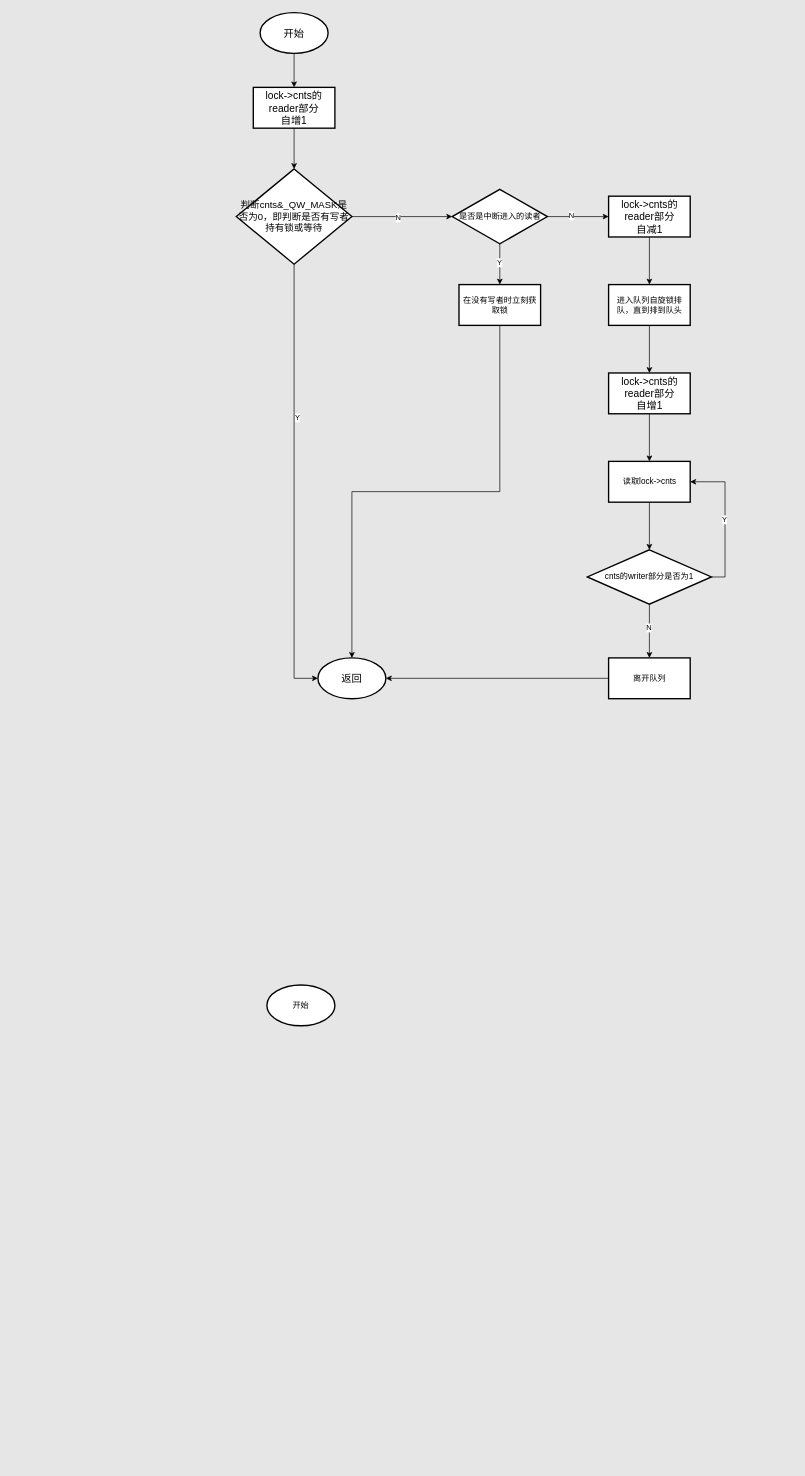
niosei/flow_charts keeps this draw.io diagram as qrwlock.drawio. Above is the earlier version. Source tidied: cells renumbered, new cells numbered last; positions are measured from the earlier drawing's top-left corner, leaving out a move shared by most shapes. Both pictures are drawn from the tidied source at 68%, with x=0, y=0 at pixel (236, 12).
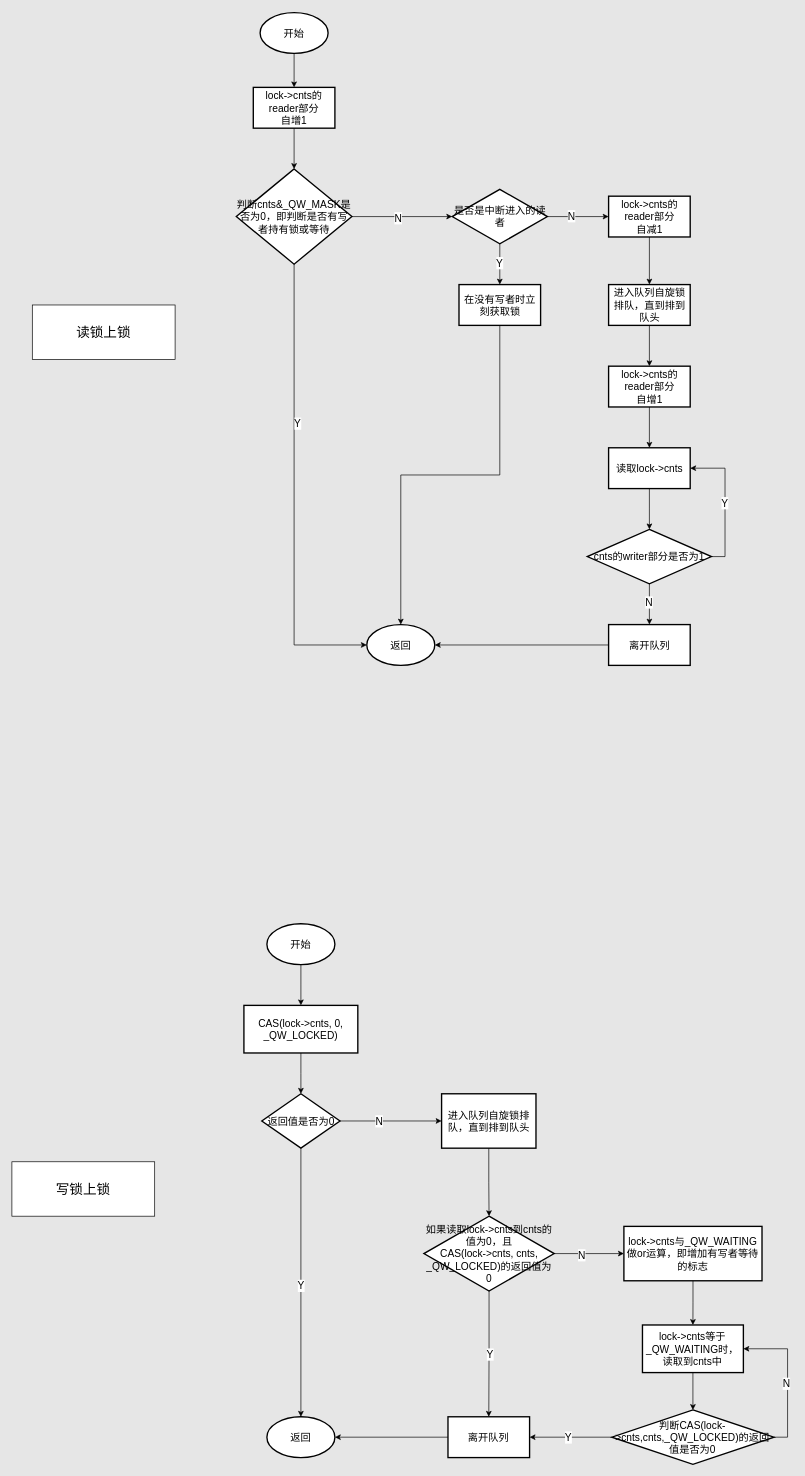
The same page after the edit.

What changed in the source:
```diff
@@
-    <mxCell id="2" style="edgeStyle=orthogonalEdgeStyle;rounded=0;jettySize=auto;html=1;" parent="1" edge="1" source="4" target="9">
+    <mxCell id="2" style="edgeStyle=orthogonalEdgeStyle;rounded=0;jettySize=auto;html=1;fontSize=15;" parent="1" edge="1" source="4" target="9">
       <mxGeometry relative="1" as="geometry" />
     </mxCell>
-    <mxCell id="3" value="N" style="edgeLabel;html=1;align=center;verticalAlign=middle;" parent="2" vertex="1">
+    <mxCell id="3" value="N" style="edgeLabel;html=1;align=center;verticalAlign=middle;fontSize=15;" parent="2" vertex="1">
       <mxGeometry x="-0.11" y="-1" relative="1" as="geometry">
         <mxPoint x="1" as="offset" />
       </mxGeometry>
     </mxCell>
-    <mxCell id="4" value="&lt;font style=&quot;font-size: 14px;&quot;&gt;判断cnts&amp;amp;_QW_MASK是否为0，即判断是否有写者持有锁或等待&lt;/font&gt;" style="strokeWidth=2;html=1;shape=mxgraph.flowchart.decision;whiteSpace=wrap;fontSize=14;" parent="1" vertex="1">
+    <mxCell id="4" value="&lt;font style=&quot;font-size: 15px;&quot;&gt;判断cnts&amp;amp;_QW_MASK是否为0，即判断是否有写者持有锁或等待&lt;/font&gt;" style="strokeWidth=2;html=1;shape=mxgraph.flowchart.decision;whiteSpace=wrap;fontSize=15;" parent="1" vertex="1">
       <mxGeometry y="230" width="170" height="140" as="geometry" />
     </mxCell>
-    <mxCell id="5" style="edgeStyle=orthogonalEdgeStyle;rounded=0;jettySize=auto;html=1;" parent="1" edge="1" source="9" target="12">
+    <mxCell id="5" style="edgeStyle=orthogonalEdgeStyle;rounded=0;jettySize=auto;html=1;fontSize=15;" parent="1" edge="1" source="9" target="12">
       <mxGeometry relative="1" as="geometry" />
     </mxCell>
-    <mxCell id="6" value="Y" style="edgeLabel;html=1;align=center;verticalAlign=middle;" parent="5" vertex="1">
+    <mxCell id="6" value="Y" style="edgeLabel;html=1;align=center;verticalAlign=middle;fontSize=15;" parent="5" vertex="1">
       <mxGeometry x="-0.11" y="-1" relative="1" as="geometry" />
     </mxCell>
-    <mxCell id="7" style="edgeStyle=orthogonalEdgeStyle;rounded=0;jettySize=auto;html=1;" parent="1" edge="1" source="9" target="16">
+    <mxCell id="7" style="edgeStyle=orthogonalEdgeStyle;rounded=0;jettySize=auto;html=1;fontSize=15;" parent="1" edge="1" source="9" target="16">
       <mxGeometry relative="1" as="geometry" />
     </mxCell>
-    <mxCell id="8" value="N" style="edgeLabel;html=1;align=center;verticalAlign=middle;" parent="7" vertex="1">
+    <mxCell id="8" value="N" style="edgeLabel;html=1;align=center;verticalAlign=middle;fontSize=15;" parent="7" vertex="1">
       <mxGeometry x="-0.22" y="2" relative="1" as="geometry" />
     </mxCell>
-    <mxCell id="9" value="是否是中断进入的读者" style="rhombus;whiteSpace=wrap;html=1;strokeWidth=2;" parent="1" vertex="1">
+    <mxCell id="9" value="是否是中断进入的读者" style="rhombus;whiteSpace=wrap;html=1;strokeWidth=2;fontSize=15;" parent="1" vertex="1">
       <mxGeometry x="317.5" y="260" width="140" height="80" as="geometry" />
     </mxCell>
-    <mxCell id="10" style="edgeStyle=orthogonalEdgeStyle;rounded=0;jettySize=auto;html=1;" parent="1" edge="1" source="11" target="13">
+    <mxCell id="10" style="edgeStyle=orthogonalEdgeStyle;rounded=0;jettySize=auto;html=1;fontSize=15;" parent="1" edge="1" source="11" target="13">
       <mxGeometry relative="1" as="geometry" />
     </mxCell>
-    <mxCell id="11" value="&lt;span style=&quot;font-size: 15px;&quot;&gt;开始&lt;/span&gt;" style="strokeWidth=2;html=1;shape=mxgraph.flowchart.start_1;whiteSpace=wrap;" parent="1" vertex="1">
+    <mxCell id="11" value="&lt;span style=&quot;font-size: 15px;&quot;&gt;开始&lt;/span&gt;" style="strokeWidth=2;html=1;shape=mxgraph.flowchart.start_1;whiteSpace=wrap;fontSize=15;" parent="1" vertex="1">
       <mxGeometry x="35" width="100" height="60" as="geometry" />
     </mxCell>
-    <mxCell id="12" value="在没有写者时立刻获取锁" style="whiteSpace=wrap;html=1;strokeWidth=2;" parent="1" vertex="1">
+    <mxCell id="12" value="在没有写者时立刻获取锁" style="whiteSpace=wrap;html=1;strokeWidth=2;fontSize=15;" parent="1" vertex="1">
       <mxGeometry x="327.5" y="400" width="120" height="60" as="geometry" />
     </mxCell>
-    <mxCell id="13" value="&lt;font style=&quot;font-size: 15px;&quot;&gt;lock-&amp;gt;cnts的reader部分&lt;/font&gt;&lt;div style=&quot;font-size: 15px;&quot;&gt;自增1&lt;/div&gt;" style="whiteSpace=wrap;html=1;strokeWidth=2;" parent="1" vertex="1">
+    <mxCell id="13" value="&lt;font style=&quot;font-size: 15px;&quot;&gt;lock-&amp;gt;cnts的reader部分&lt;/font&gt;&lt;div style=&quot;font-size: 15px;&quot;&gt;自增1&lt;/div&gt;" style="whiteSpace=wrap;html=1;strokeWidth=2;fontSize=15;" parent="1" vertex="1">
       <mxGeometry x="25" y="110" width="120" height="60" as="geometry" />
     </mxCell>
-    <mxCell id="14" style="edgeStyle=orthogonalEdgeStyle;rounded=0;jettySize=auto;html=1;entryX=0.5;entryY=0;entryDx=0;entryDy=0;entryPerimeter=0;" parent="1" edge="1" source="13" target="4">
+    <mxCell id="14" style="edgeStyle=orthogonalEdgeStyle;rounded=0;jettySize=auto;html=1;entryX=0.5;entryY=0;entryDx=0;entryDy=0;entryPerimeter=0;fontSize=15;" parent="1" edge="1" source="13" target="4">
       <mxGeometry relative="1" as="geometry" />
     </mxCell>
-    <mxCell id="15" style="edgeStyle=orthogonalEdgeStyle;rounded=0;jettySize=auto;html=1;" parent="1" edge="1" source="16" target="22">
+    <mxCell id="15" style="edgeStyle=orthogonalEdgeStyle;rounded=0;jettySize=auto;html=1;fontSize=15;" parent="1" edge="1" source="16" target="22">
       <mxGeometry relative="1" as="geometry" />
     </mxCell>
-    <mxCell id="16" value="&lt;font style=&quot;font-size: 15px;&quot;&gt;lock-&amp;gt;cnts的reader部分&lt;/font&gt;&lt;div style=&quot;font-size: 15px;&quot;&gt;自减1&lt;/div&gt;" style="whiteSpace=wrap;html=1;strokeWidth=2;" parent="1" vertex="1">
+    <mxCell id="16" value="&lt;font style=&quot;font-size: 15px;&quot;&gt;lock-&amp;gt;cnts的reader部分&lt;/font&gt;&lt;div style=&quot;font-size: 15px;&quot;&gt;自减1&lt;/div&gt;" style="whiteSpace=wrap;html=1;strokeWidth=2;fontSize=15;" parent="1" vertex="1">
       <mxGeometry x="547.5" y="270" width="120" height="60" as="geometry" />
     </mxCell>
-    <mxCell id="17" value="&lt;span style=&quot;font-size: 15px;&quot;&gt;返回&lt;/span&gt;" style="strokeWidth=2;html=1;shape=mxgraph.flowchart.start_1;whiteSpace=wrap;" parent="1" vertex="1">
-      <mxGeometry x="120" y="949" width="100" height="60" as="geometry" />
+    <mxCell id="17" value="&lt;span style=&quot;font-size: 15px;&quot;&gt;返回&lt;/span&gt;" style="strokeWidth=2;html=1;shape=mxgraph.flowchart.start_1;whiteSpace=wrap;fontSize=15;" parent="1" vertex="1">
+      <mxGeometry x="191.9" y="900" width="100" height="60" as="geometry" />
     </mxCell>
-    <mxCell id="18" style="edgeStyle=orthogonalEdgeStyle;rounded=0;jettySize=auto;html=1;exitX=0.5;exitY=1;exitDx=0;exitDy=0;exitPerimeter=0;entryX=0;entryY=0.5;entryDx=0;entryDy=0;entryPerimeter=0;" parent="1" edge="1" source="4" target="17">
+    <mxCell id="18" style="edgeStyle=orthogonalEdgeStyle;rounded=0;jettySize=auto;html=1;exitX=0.5;exitY=1;exitDx=0;exitDy=0;exitPerimeter=0;entryX=0;entryY=0.5;entryDx=0;entryDy=0;entryPerimeter=0;fontSize=15;" parent="1" edge="1" source="4" target="17">
       <mxGeometry relative="1" as="geometry" />
     </mxCell>
-    <mxCell id="19" value="Y" style="edgeLabel;html=1;align=center;verticalAlign=middle;" parent="18" vertex="1">
+    <mxCell id="19" value="Y" style="edgeLabel;html=1;align=center;verticalAlign=middle;fontSize=15;" parent="18" vertex="1">
       <mxGeometry x="-0.3" y="4" relative="1" as="geometry" />
     </mxCell>
-    <mxCell id="20" style="edgeStyle=orthogonalEdgeStyle;rounded=0;jettySize=auto;html=1;exitX=0.5;exitY=1;exitDx=0;exitDy=0;entryX=0.5;entryY=0;entryDx=0;entryDy=0;entryPerimeter=0;" parent="1" edge="1" source="12" target="17">
+    <mxCell id="20" style="edgeStyle=orthogonalEdgeStyle;rounded=0;jettySize=auto;html=1;exitX=0.5;exitY=1;exitDx=0;exitDy=0;entryX=0.5;entryY=0;entryDx=0;entryDy=0;entryPerimeter=0;fontSize=15;" parent="1" edge="1" source="12" target="17">
       <mxGeometry relative="1" as="geometry" />
     </mxCell>
-    <mxCell id="21" style="edgeStyle=orthogonalEdgeStyle;rounded=0;jettySize=auto;html=1;" parent="1" edge="1" source="22" target="24">
+    <mxCell id="21" style="edgeStyle=orthogonalEdgeStyle;rounded=0;jettySize=auto;html=1;fontSize=15;" parent="1" edge="1" source="22" target="24">
       <mxGeometry relative="1" as="geometry" />
     </mxCell>
-    <mxCell id="22" value="进入队列自旋锁排队，直到排到队头" style="whiteSpace=wrap;html=1;strokeWidth=2;" parent="1" vertex="1">
+    <mxCell id="22" value="进入队列自旋锁排队，直到排到队头" style="whiteSpace=wrap;html=1;strokeWidth=2;fontSize=15;" parent="1" vertex="1">
       <mxGeometry x="547.5" y="400" width="120" height="60" as="geometry" />
     </mxCell>
-    <mxCell id="23" style="edgeStyle=orthogonalEdgeStyle;rounded=0;jettySize=auto;html=1;" parent="1" edge="1" source="24" target="26">
+    <mxCell id="23" style="edgeStyle=orthogonalEdgeStyle;rounded=0;jettySize=auto;html=1;fontSize=15;" parent="1" edge="1" source="24" target="26">
       <mxGeometry relative="1" as="geometry" />
     </mxCell>
-    <mxCell id="24" value="&lt;font style=&quot;font-size: 15px;&quot;&gt;lock-&amp;gt;cnts的reader部分&lt;/font&gt;&lt;div style=&quot;font-size: 15px;&quot;&gt;自增1&lt;/div&gt;" style="whiteSpace=wrap;html=1;strokeWidth=2;" parent="1" vertex="1">
-      <mxGeometry x="547.5" y="530" width="120" height="60" as="geometry" />
+    <mxCell id="24" value="&lt;font style=&quot;font-size: 15px;&quot;&gt;lock-&amp;gt;cnts的reader部分&lt;/font&gt;&lt;div style=&quot;font-size: 15px;&quot;&gt;自增1&lt;/div&gt;" style="whiteSpace=wrap;html=1;strokeWidth=2;fontSize=15;" parent="1" vertex="1">
+      <mxGeometry x="547.5" y="520" width="120" height="60" as="geometry" />
     </mxCell>
-    <mxCell id="25" style="edgeStyle=orthogonalEdgeStyle;rounded=0;jettySize=auto;html=1;" parent="1" edge="1" source="26" target="31">
+    <mxCell id="25" style="edgeStyle=orthogonalEdgeStyle;rounded=0;jettySize=auto;html=1;fontSize=15;" parent="1" edge="1" source="26" target="31">
       <mxGeometry relative="1" as="geometry" />
     </mxCell>
-    <mxCell id="26" value="读取lock-&amp;gt;cnts" style="whiteSpace=wrap;html=1;strokeWidth=2;" parent="1" vertex="1">
-      <mxGeometry x="547.5" y="660" width="120" height="60" as="geometry" />
+    <mxCell id="26" value="读取lock-&amp;gt;cnts" style="whiteSpace=wrap;html=1;strokeWidth=2;fontSize=15;" parent="1" vertex="1">
+      <mxGeometry x="547.5" y="640" width="120" height="60" as="geometry" />
     </mxCell>
-    <mxCell id="27" style="edgeStyle=orthogonalEdgeStyle;rounded=0;jettySize=auto;html=1;exitX=1;exitY=0.5;exitDx=0;exitDy=0;entryX=1;entryY=0.5;entryDx=0;entryDy=0;" parent="1" edge="1" source="31" target="26">
+    <mxCell id="27" style="edgeStyle=orthogonalEdgeStyle;rounded=0;jettySize=auto;html=1;exitX=1;exitY=0.5;exitDx=0;exitDy=0;entryX=1;entryY=0.5;entryDx=0;entryDy=0;fontSize=15;" parent="1" edge="1" source="31" target="26">
       <mxGeometry relative="1" as="geometry" />
     </mxCell>
-    <mxCell id="28" value="Y" style="edgeLabel;html=1;align=center;verticalAlign=middle;" parent="27" vertex="1">
+    <mxCell id="28" value="Y" style="edgeLabel;html=1;align=center;verticalAlign=middle;fontSize=15;" parent="27" vertex="1">
       <mxGeometry x="-0.01" y="1" relative="1" as="geometry" />
     </mxCell>
-    <mxCell id="29" style="edgeStyle=orthogonalEdgeStyle;rounded=0;jettySize=auto;html=1;" parent="1" edge="1" source="31" target="32">
+    <mxCell id="29" style="edgeStyle=orthogonalEdgeStyle;rounded=0;jettySize=auto;html=1;fontSize=15;" parent="1" edge="1" source="31" target="32">
       <mxGeometry relative="1" as="geometry" />
     </mxCell>
-    <mxCell id="30" value="N" style="edgeLabel;html=1;align=center;verticalAlign=middle;" parent="29" vertex="1">
+    <mxCell id="30" value="N" style="edgeLabel;html=1;align=center;verticalAlign=middle;fontSize=15;" parent="29" vertex="1">
       <mxGeometry x="-0.11" y="-1" relative="1" as="geometry" />
     </mxCell>
-    <mxCell id="31" value="cnts的writer部分是否为1" style="rhombus;whiteSpace=wrap;html=1;strokeWidth=2;" parent="1" vertex="1">
-      <mxGeometry x="516.2" y="790" width="182.5" height="80" as="geometry" />
+    <mxCell id="31" value="cnts的writer部分是否为1" style="rhombus;whiteSpace=wrap;html=1;strokeWidth=2;fontSize=15;" parent="1" vertex="1">
+      <mxGeometry x="516.2" y="760" width="182.5" height="80" as="geometry" />
     </mxCell>
-    <mxCell id="32" value="离开队列" style="whiteSpace=wrap;html=1;strokeWidth=2;" parent="1" vertex="1">
-      <mxGeometry x="547.5" y="949" width="120" height="60" as="geometry" />
+    <mxCell id="32" value="离开队列" style="whiteSpace=wrap;html=1;strokeWidth=2;fontSize=15;" parent="1" vertex="1">
+      <mxGeometry x="547.5" y="900" width="120" height="60" as="geometry" />
     </mxCell>
-    <mxCell id="33" style="edgeStyle=orthogonalEdgeStyle;rounded=0;jettySize=auto;html=1;exitX=0;exitY=0.5;exitDx=0;exitDy=0;entryX=1;entryY=0.5;entryDx=0;entryDy=0;entryPerimeter=0;" parent="1" edge="1" source="32" target="17">
+    <mxCell id="33" style="edgeStyle=orthogonalEdgeStyle;rounded=0;jettySize=auto;html=1;exitX=0;exitY=0.5;exitDx=0;exitDy=0;entryX=1;entryY=0.5;entryDx=0;entryDy=0;entryPerimeter=0;fontSize=15;" parent="1" edge="1" source="32" target="17">
       <mxGeometry relative="1" as="geometry" />
     </mxCell>
+    <mxCell id="35" style="edgeStyle=orthogonalEdgeStyle;rounded=0;jettySize=auto;html=1;fontSize=15;" parent="1" edge="1" source="34" target="38">
+      <mxGeometry relative="1" as="geometry" />
+    </mxCell>
-    <mxCell id="34" value="开始" style="strokeWidth=2;html=1;shape=mxgraph.flowchart.start_1;whiteSpace=wrap;" parent="1" vertex="1">
-      <mxGeometry x="45" y="1430" width="100" height="60" as="geometry" />
+    <mxCell id="34" value="开始" style="strokeWidth=2;html=1;shape=mxgraph.flowchart.start_1;whiteSpace=wrap;fontSize=15;" parent="1" vertex="1">
+      <mxGeometry x="45" y="1340" width="100" height="60" as="geometry" />
     </mxCell>
+    <mxCell id="36" value="&lt;span style=&quot;font-size: 15px;&quot;&gt;返回&lt;/span&gt;" style="strokeWidth=2;html=1;shape=mxgraph.flowchart.start_1;whiteSpace=wrap;fontSize=15;" parent="1" vertex="1">
+      <mxGeometry x="45" y="2065" width="100" height="60" as="geometry" />
+    </mxCell>
+    <mxCell id="37" style="edgeStyle=orthogonalEdgeStyle;rounded=0;jettySize=auto;html=1;fontSize=15;" parent="1" edge="1" source="38" target="41">
+      <mxGeometry relative="1" as="geometry" />
+    </mxCell>
+    <mxCell id="38" value="CAS(lock-&amp;gt;cnts, 0, _QW_LOCKED)" style="whiteSpace=wrap;html=1;strokeWidth=2;fontSize=15;" parent="1" vertex="1">
+      <mxGeometry x="11.2" y="1460" width="167.5" height="70" as="geometry" />
+    </mxCell>
+    <mxCell id="39" style="edgeStyle=orthogonalEdgeStyle;rounded=0;jettySize=auto;html=1;exitX=1;exitY=0.5;exitDx=0;exitDy=0;entryX=0;entryY=0.5;entryDx=0;entryDy=0;fontSize=15;" parent="1" edge="1" source="41" target="45">
+      <mxGeometry relative="1" as="geometry" />
+    </mxCell>
+    <mxCell id="40" value="N" style="edgeLabel;html=1;align=center;verticalAlign=middle;fontSize=15;" parent="39" vertex="1">
+      <mxGeometry x="-0.25" y="1" relative="1" as="geometry">
+        <mxPoint x="1" as="offset" />
+      </mxGeometry>
+    </mxCell>
+    <mxCell id="41" value="返回值是否为0" style="rhombus;whiteSpace=wrap;html=1;strokeWidth=2;fontSize=15;" parent="1" vertex="1">
+      <mxGeometry x="37.5" y="1590" width="115" height="80" as="geometry" />
+    </mxCell>
+    <mxCell id="42" style="edgeStyle=orthogonalEdgeStyle;rounded=0;jettySize=auto;html=1;exitX=0.5;exitY=1;exitDx=0;exitDy=0;entryX=0.5;entryY=0;entryDx=0;entryDy=0;entryPerimeter=0;fontSize=15;" parent="1" edge="1" source="41" target="36">
+      <mxGeometry relative="1" as="geometry" />
+    </mxCell>
+    <mxCell id="43" value="Y" style="edgeLabel;html=1;align=center;verticalAlign=middle;fontSize=15;" parent="42" vertex="1">
+      <mxGeometry x="0.02" y="-1" relative="1" as="geometry" />
+    </mxCell>
+    <mxCell id="44" style="edgeStyle=orthogonalEdgeStyle;rounded=0;jettySize=auto;html=1;entryX=0.5;entryY=0;entryDx=0;entryDy=0;entryPerimeter=0;fontSize=15;" parent="1" edge="1" source="45" target="50">
+      <mxGeometry relative="1" as="geometry" />
+    </mxCell>
+    <mxCell id="45" value="进入队列自旋锁排队，直到排到队头" style="whiteSpace=wrap;html=1;strokeWidth=2;fontSize=15;" parent="1" vertex="1">
+      <mxGeometry x="301.9" y="1590" width="138.8" height="80" as="geometry" />
+    </mxCell>
+    <mxCell id="46" style="edgeStyle=orthogonalEdgeStyle;rounded=0;jettySize=auto;html=1;fontSize=15;" parent="1" edge="1" source="50" target="51">
+      <mxGeometry relative="1" as="geometry" />
+    </mxCell>
+    <mxCell id="47" value="Y" style="edgeLabel;html=1;align=center;verticalAlign=middle;fontSize=15;" parent="46" vertex="1">
+      <mxGeometry x="-0.01" y="1" relative="1" as="geometry" />
+    </mxCell>
+    <mxCell id="48" style="edgeStyle=orthogonalEdgeStyle;rounded=0;jettySize=auto;html=1;fontSize=15;" parent="1" edge="1" source="50" target="54">
+      <mxGeometry relative="1" as="geometry" />
+    </mxCell>
+    <mxCell id="49" value="N" style="edgeLabel;html=1;align=center;verticalAlign=middle;fontSize=15;" parent="48" vertex="1">
+      <mxGeometry x="-0.21" y="-1" relative="1" as="geometry" />
+    </mxCell>
+    <mxCell id="50" value="如果读取lock-&amp;gt;cnts到cnts的值为0，且&lt;div style=&quot;font-size: 15px;&quot;&gt;CAS(lock-&amp;gt;cnts, cnts, _QW_LOCKED)的返回值为0&lt;/div&gt;" style="strokeWidth=2;html=1;shape=mxgraph.flowchart.decision;whiteSpace=wrap;fontSize=15;fontStyle=0;" parent="1" vertex="1">
+      <mxGeometry x="275.9" y="1770" width="191.6" height="110" as="geometry" />
+    </mxCell>
+    <mxCell id="51" value="离开队列" style="whiteSpace=wrap;html=1;strokeWidth=2;fontSize=15;" parent="1" vertex="1">
+      <mxGeometry x="311.3" y="2065" width="120" height="60" as="geometry" />
+    </mxCell>
+    <mxCell id="52" style="edgeStyle=orthogonalEdgeStyle;rounded=0;jettySize=auto;html=1;exitX=0;exitY=0.5;exitDx=0;exitDy=0;entryX=1;entryY=0.5;entryDx=0;entryDy=0;entryPerimeter=0;fontSize=15;" parent="1" edge="1" source="51" target="36">
+      <mxGeometry relative="1" as="geometry" />
+    </mxCell>
+    <mxCell id="53" style="edgeStyle=orthogonalEdgeStyle;rounded=0;jettySize=auto;html=1;fontSize=15;" parent="1" edge="1" source="54" target="56">
+      <mxGeometry relative="1" as="geometry" />
+    </mxCell>
+    <mxCell id="54" value="lock-&amp;gt;cnts与_QW_WAITING做or运算，即增加有写者等待的标志" style="whiteSpace=wrap;html=1;strokeWidth=2;fontSize=15;" parent="1" vertex="1">
+      <mxGeometry x="570" y="1785" width="203.1" height="80" as="geometry" />
+    </mxCell>
+    <mxCell id="55" style="edgeStyle=orthogonalEdgeStyle;rounded=0;jettySize=auto;html=1;fontSize=15;" parent="1" edge="1" source="56" target="61">
+      <mxGeometry relative="1" as="geometry" />
+    </mxCell>
+    <mxCell id="56" value="lock-&amp;gt;cnts等于_QW_WAITING时，读取到cnts中" style="whiteSpace=wrap;html=1;fontSize=15;strokeWidth=2;" parent="1" vertex="1">
+      <mxGeometry x="597.3" y="1930" width="148.4" height="70" as="geometry" />
+    </mxCell>
+    <mxCell id="57" style="edgeStyle=orthogonalEdgeStyle;rounded=0;jettySize=auto;html=1;entryX=1;entryY=0.5;entryDx=0;entryDy=0;fontSize=15;" parent="1" edge="1" source="61" target="51">
+      <mxGeometry relative="1" as="geometry" />
+    </mxCell>
+    <mxCell id="58" value="Y" style="edgeLabel;html=1;align=center;verticalAlign=middle;fontSize=15;" parent="57" vertex="1">
+      <mxGeometry x="0.08" y="-1" relative="1" as="geometry" />
+    </mxCell>
+    <mxCell id="59" style="edgeStyle=orthogonalEdgeStyle;rounded=0;jettySize=auto;html=1;exitX=1;exitY=0.5;exitDx=0;exitDy=0;entryX=1;entryY=0.5;entryDx=0;entryDy=0;fontSize=15;" parent="1" edge="1" source="61" target="56">
+      <mxGeometry relative="1" as="geometry" />
+    </mxCell>
+    <mxCell id="60" value="N" style="edgeLabel;html=1;align=center;verticalAlign=middle;fontSize=15;" parent="59" vertex="1">
+      <mxGeometry x="-0.07" y="2" relative="1" as="geometry" />
+    </mxCell>
+    <mxCell id="61" value="判断CAS(lock-&amp;gt;cnts,cnts,_QW_LOCKED)的返回值是否为0" style="rhombus;whiteSpace=wrap;html=1;fontSize=15;strokeWidth=2;" parent="1" vertex="1">
+      <mxGeometry x="552.3" y="2055" width="238.4" height="80" as="geometry" />
+    </mxCell>
+    <mxCell id="62" value="读锁上锁" style="rounded=0;whiteSpace=wrap;html=1;fontSize=20;" parent="1" vertex="1">
+      <mxGeometry x="-300" y="430" width="210" height="80" as="geometry" />
+    </mxCell>
+    <mxCell id="63" value="写锁上锁" style="rounded=0;whiteSpace=wrap;html=1;fontSize=20;" parent="1" vertex="1">
+      <mxGeometry x="-330" y="1690" width="210" height="80" as="geometry" />
+    </mxCell>
```
